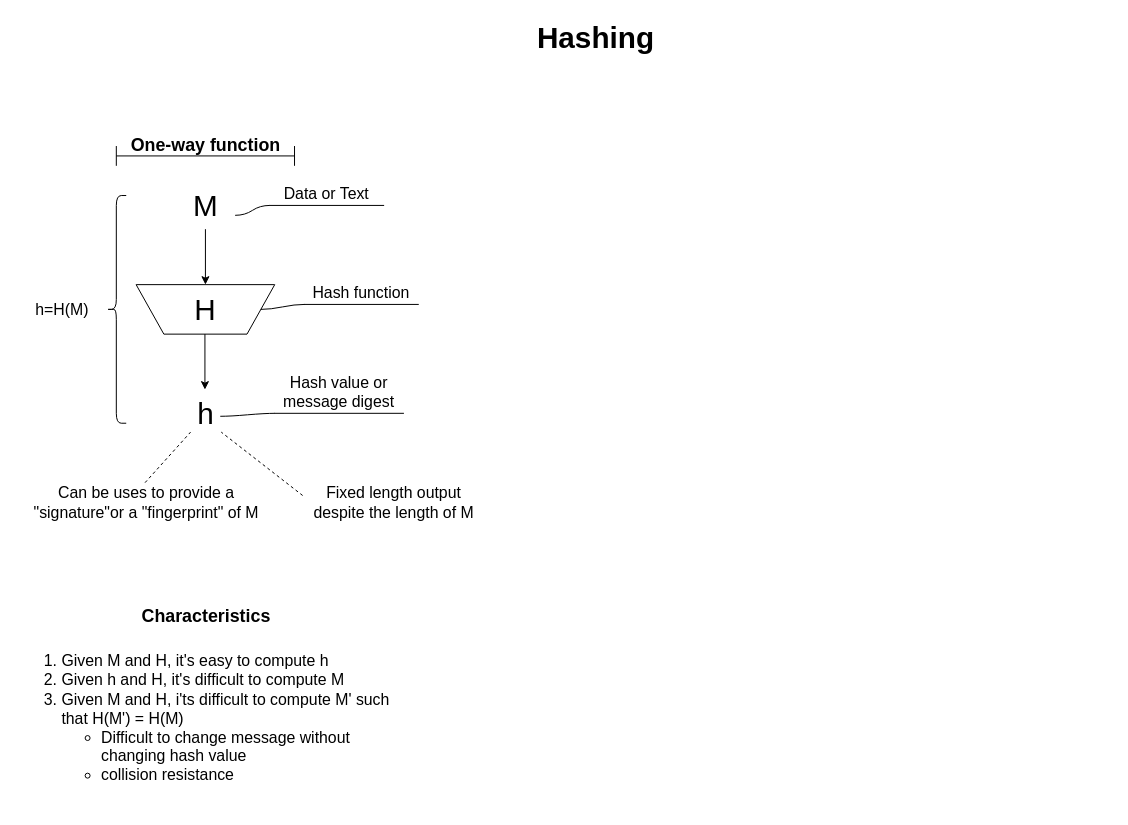
This is Hashing.drawio from ProTapia/IST-215-Notes, a draw.io file, before an edit. Source tidied: cells renumbered, new cells numbered last; positions are measured from the earlier drawing's top-left corner, leaving out a move shared by most shapes. Both pictures are drawn from the tidied source at 99%, with x=0, y=0 at pixel (17, 17).
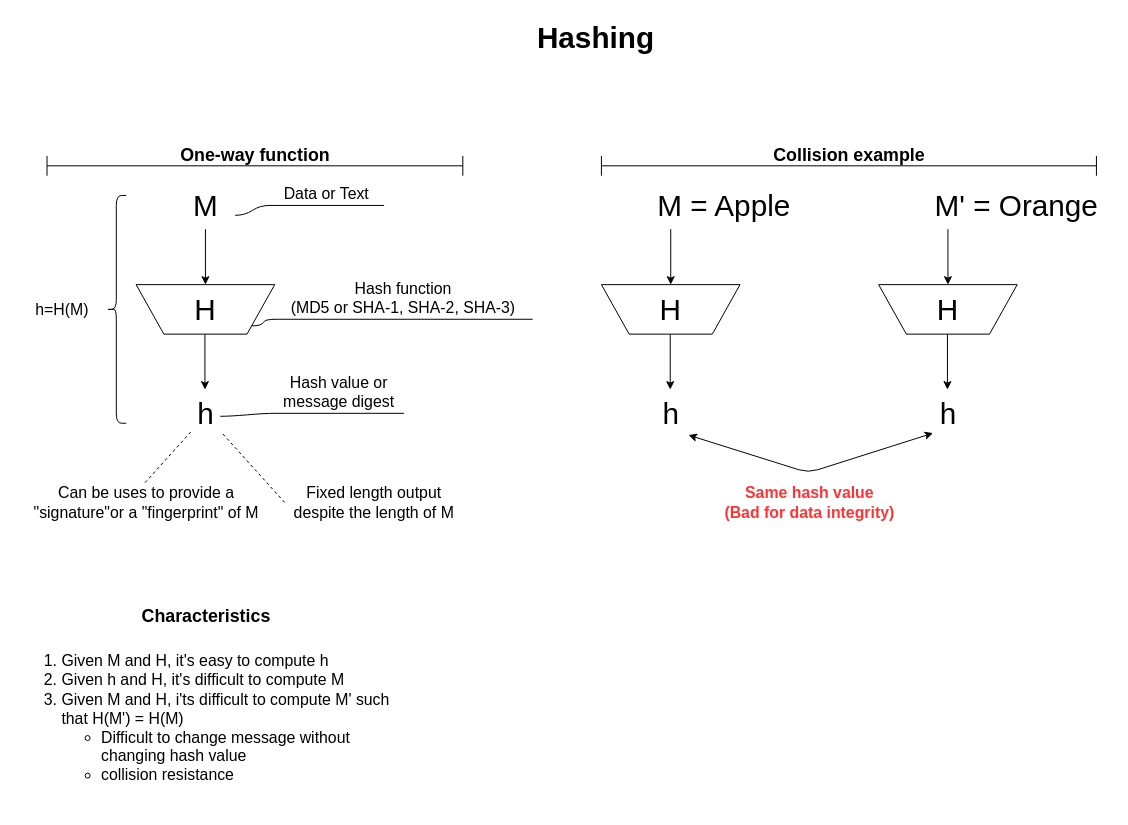
The same page after the edit.

The change refers to these unchanged cells:
```xml
<mxCell id="3" value="H" style="shape=trapezoid;perimeter=trapezoidPerimeter;whiteSpace=wrap;html=1;fontSize=30;verticalAlign=middle;direction=west;" parent="1" vertex="1">
  <mxGeometry x="120" y="270" width="140" height="50" as="geometry" />
</mxCell>
<mxCell id="7" value="h" style="text;html=1;align=center;verticalAlign=middle;points=[];fontSize=30;" parent="1" vertex="1">
  <mxGeometry x="175" y="380" width="30" height="40" as="geometry" />
</mxCell>
```

Change to the diagram source:
```diff
@@
-    <mxCell id="8" style="endArrow=none;dashed=1;html=1;fontSize=30;entryX=1.033;entryY=0.975;entryDx=0;entryDy=0;entryPerimeter=0;exitX=-0.01;exitY=0.325;exitDx=0;exitDy=0;exitPerimeter=0;" parent="1" edge="1" source="9" target="7">
+    <mxCell id="8" style="endArrow=none;dashed=1;html=1;fontSize=30;entryX=1.033;entryY=0.975;entryDx=0;entryDy=0;entryPerimeter=0;exitX=0;exitY=0.5;exitDx=0;exitDy=0;exitPerimeter=0;" parent="1" edge="1" source="9" target="7">
       <mxGeometry relative="1" as="geometry" />
     </mxCell>
     <mxCell id="9" value="Fixed length output &lt;br&gt;despite the length of M" style="text;html=1;align=center;verticalAlign=middle;points=[];fontSize=16;" parent="1" vertex="1">
-      <mxGeometry x="290" y="470" width="180" height="40" as="geometry" />
+      <mxGeometry x="270" y="470" width="180" height="40" as="geometry" />
     </mxCell>
@@
-    <mxCell id="14" value="Hash function" style="whiteSpace=wrap;html=1;shape=partialRectangle;top=0;left=0;bottom=1;right=0;points=[[0,1],[1,1]];strokeColor=#000000;fillColor=none;align=center;verticalAlign=bottom;routingCenterY=0.5;snapToPoint=1;fontSize=16;" parent="1" vertex="1">
-      <mxGeometry x="290" y="270" width="115" height="20" as="geometry" />
+    <mxCell id="14" value="Hash function&lt;br&gt;(MD5 or SHA-1, SHA-2, SHA-3)" style="whiteSpace=wrap;html=1;shape=partialRectangle;top=0;left=0;bottom=1;right=0;points=[[0,1],[1,1]];strokeColor=#000000;fillColor=none;align=center;verticalAlign=bottom;routingCenterY=0.5;snapToPoint=1;fontSize=16;" parent="1" vertex="1">
+      <mxGeometry x="260" y="265" width="260" height="40" as="geometry" />
     </mxCell>
-    <mxCell id="15" style="edgeStyle=entityRelationEdgeStyle;startArrow=none;endArrow=none;segment=10;curved=1;fontSize=16;exitX=0;exitY=0.5;exitDx=0;exitDy=0;" parent="1" edge="1" source="3" target="14">
+    <mxCell id="15" style="edgeStyle=entityRelationEdgeStyle;startArrow=none;endArrow=none;segment=10;curved=1;fontSize=16;exitX=0;exitY=0;exitDx=0;exitDy=0;" parent="1" edge="1" source="3" target="14">
       <mxGeometry relative="1" as="geometry" />
     </mxCell>
@@
     <mxCell id="19" style="shape=crossbar;whiteSpace=wrap;html=1;rounded=1;fontSize=16;" parent="1" vertex="1">
-      <mxGeometry x="100" y="130" width="180" height="20" as="geometry" />
+      <mxGeometry x="590" y="140" width="500" height="20" as="geometry" />
     </mxCell>
-    <mxCell id="20" value="One-way function" style="text;html=1;align=center;verticalAlign=middle;fontSize=18;fontStyle=1;" parent="1" vertex="1">
-      <mxGeometry x="105" y="115" width="170" height="30" as="geometry" />
+    <mxCell id="20" value="Collision example" style="text;html=1;align=center;verticalAlign=middle;fontSize=18;fontStyle=1;" parent="1" vertex="1">
+      <mxGeometry x="755" y="125" width="170" height="30" as="geometry" />
     </mxCell>
@@
+    <mxCell id="24" style="shape=crossbar;whiteSpace=wrap;html=1;rounded=1;fontSize=16;" parent="1" vertex="1">
+      <mxGeometry x="30" y="140" width="420" height="20" as="geometry" />
+    </mxCell>
+    <mxCell id="25" value="One-way function" style="text;html=1;align=center;verticalAlign=middle;fontSize=18;fontStyle=1;" parent="1" vertex="1">
+      <mxGeometry x="155" y="125" width="170" height="30" as="geometry" />
+    </mxCell>
+    <mxCell id="26" value="H" style="shape=trapezoid;perimeter=trapezoidPerimeter;whiteSpace=wrap;html=1;fontSize=30;verticalAlign=middle;direction=west;" parent="1" vertex="1">
+      <mxGeometry x="590" y="270" width="140" height="50" as="geometry" />
+    </mxCell>
+    <mxCell id="27" value="M = Apple" style="text;html=1;align=left;verticalAlign=middle;fontSize=30;" parent="1" vertex="1">
+      <mxGeometry x="645" y="170" width="150" height="40" as="geometry" />
+    </mxCell>
+    <mxCell id="28" style="endArrow=classic;html=1;fontSize=30;entryX=0.5;entryY=1;entryDx=0;entryDy=0;" parent="1" edge="1" target="26">
+      <mxGeometry relative="1" as="geometry">
+        <mxPoint x="660" y="214" as="sourcePoint" />
+      </mxGeometry>
+    </mxCell>
+    <mxCell id="29" style="endArrow=classic;html=1;fontSize=30;entryX=0.5;entryY=1;entryDx=0;entryDy=0;" parent="1" edge="1">
+      <mxGeometry relative="1" as="geometry">
+        <mxPoint x="659.5" y="320" as="sourcePoint" />
+        <mxPoint x="659.5" y="376" as="targetPoint" />
+      </mxGeometry>
+    </mxCell>
+    <mxCell id="30" value="h" style="text;html=1;align=center;verticalAlign=middle;points=[];fontSize=30;" parent="1" vertex="1">
+      <mxGeometry x="645" y="380" width="30" height="40" as="geometry" />
+    </mxCell>
+    <mxCell id="31" value="H" style="shape=trapezoid;perimeter=trapezoidPerimeter;whiteSpace=wrap;html=1;fontSize=30;verticalAlign=middle;direction=west;" parent="1" vertex="1">
+      <mxGeometry x="870" y="270" width="140" height="50" as="geometry" />
+    </mxCell>
+    <mxCell id="32" value="M' = Orange" style="text;html=1;align=left;verticalAlign=middle;fontSize=30;" parent="1" vertex="1">
+      <mxGeometry x="925" y="170" width="180" height="40" as="geometry" />
+    </mxCell>
+    <mxCell id="33" style="endArrow=classic;html=1;fontSize=30;entryX=0.5;entryY=1;entryDx=0;entryDy=0;" parent="1" edge="1" target="31">
+      <mxGeometry relative="1" as="geometry">
+        <mxPoint x="940" y="214" as="sourcePoint" />
+      </mxGeometry>
+    </mxCell>
+    <mxCell id="34" style="endArrow=classic;html=1;fontSize=30;entryX=0.5;entryY=1;entryDx=0;entryDy=0;" parent="1" edge="1">
+      <mxGeometry relative="1" as="geometry">
+        <mxPoint x="939.5" y="320" as="sourcePoint" />
+        <mxPoint x="939.5" y="376" as="targetPoint" />
+      </mxGeometry>
+    </mxCell>
+    <mxCell id="35" value="h" style="text;html=1;align=center;verticalAlign=middle;points=[];fontSize=30;" parent="1" vertex="1">
+      <mxGeometry x="925" y="380" width="30" height="40" as="geometry" />
+    </mxCell>
+    <mxCell id="36" value="Same hash value&lt;br&gt;(Bad for data integrity)" style="text;html=1;align=center;verticalAlign=middle;fontSize=16;fontColor=#FF3333;fontStyle=1;" parent="1" vertex="1">
+      <mxGeometry x="705" y="470" width="190" height="40" as="geometry" />
+    </mxCell>
+    <mxCell id="37" style="endArrow=classic;startArrow=classic;html=1;fontSize=16;fontColor=#FF3333;exitX=1.1;exitY=1.05;exitDx=0;exitDy=0;entryX=0;entryY=1;entryDx=0;entryDy=0;entryPerimeter=0;exitPerimeter=0;" parent="1" edge="1" source="30" target="35">
+      <mxGeometry relative="1" as="geometry">
+        <Array as="points">
+          <mxPoint x="799" y="460" />
+        </Array>
+      </mxGeometry>
+    </mxCell>
```
